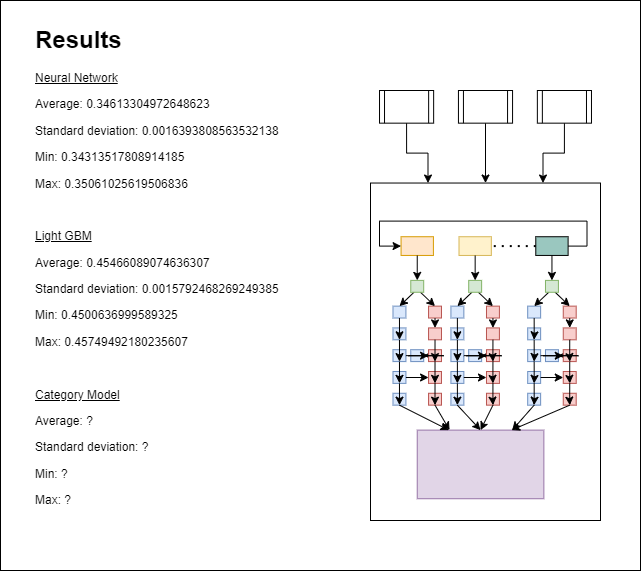
Above: images/project-Page-4.png in joren015/MercariProject (draw.io), before the change. Source tidied: cells renumbered, new cells last; positions are measured from the earlier drawing's top-left corner, leaving out a move shared by most shapes.
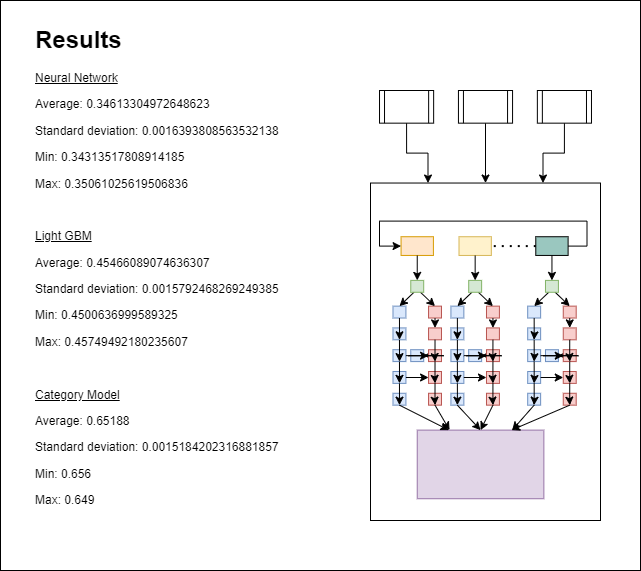
The same file after the commit.

What changed in the source:
```diff
@@ -322,7 +322,7 @@
     <mxCell id="104" style="shape=process;whiteSpace=wrap;html=1;backgroundOutline=1;" parent="3" vertex="1">
       <mxGeometry x="166.9" width="54.1" height="32.7" as="geometry" />
     </mxCell>
-    <mxCell id="105" value="&lt;h1&gt;Results&lt;/h1&gt;&lt;p&gt;&lt;u&gt;Neural Network&lt;/u&gt;&lt;/p&gt;&lt;p&gt;Average:&amp;nbsp;0.34613304972648623&lt;/p&gt;&lt;p&gt;Standard deviation:&amp;nbsp;0.0016393808563532138&lt;/p&gt;&lt;p&gt;Min:&amp;nbsp;0.34313517808914185&lt;/p&gt;&lt;p&gt;Max:&amp;nbsp;0.35061025619506836&lt;/p&gt;&lt;p&gt;&lt;br&gt;&lt;/p&gt;&lt;p&gt;&lt;u&gt;Light GBM&lt;/u&gt;&lt;/p&gt;&lt;p&gt;Average:&amp;nbsp;0.45466089074636307&lt;/p&gt;&lt;p&gt;Standard deviation:&amp;nbsp;0.0015792468269249385&lt;/p&gt;&lt;p&gt;Min:&amp;nbsp;0.4500636999589325&lt;/p&gt;&lt;p&gt;Max:&amp;nbsp;0.45749492180235607&lt;/p&gt;&lt;p&gt;&lt;br&gt;&lt;/p&gt;&lt;p&gt;&lt;u&gt;Category Model&lt;/u&gt;&lt;/p&gt;&lt;p&gt;Average:&amp;nbsp;?&lt;/p&gt;&lt;p&gt;Standard deviation:&amp;nbsp;?&lt;/p&gt;&lt;p&gt;Min:&amp;nbsp;?&lt;/p&gt;&lt;p&gt;Max:&amp;nbsp;?&lt;/p&gt;" style="text;html=1;strokeColor=none;fillColor=none;spacing=5;spacingTop=-20;whiteSpace=wrap;overflow=hidden;rounded=0;" parent="1" vertex="1">
+    <mxCell id="105" value="&lt;h1&gt;Results&lt;/h1&gt;&lt;p&gt;&lt;u&gt;Neural Network&lt;/u&gt;&lt;/p&gt;&lt;p&gt;Average:&amp;nbsp;0.34613304972648623&lt;/p&gt;&lt;p&gt;Standard deviation:&amp;nbsp;0.0016393808563532138&lt;/p&gt;&lt;p&gt;Min:&amp;nbsp;0.34313517808914185&lt;/p&gt;&lt;p&gt;Max:&amp;nbsp;0.35061025619506836&lt;/p&gt;&lt;p&gt;&lt;br&gt;&lt;/p&gt;&lt;p&gt;&lt;u&gt;Light GBM&lt;/u&gt;&lt;/p&gt;&lt;p&gt;Average:&amp;nbsp;0.45466089074636307&lt;/p&gt;&lt;p&gt;Standard deviation:&amp;nbsp;0.0015792468269249385&lt;/p&gt;&lt;p&gt;Min:&amp;nbsp;0.4500636999589325&lt;/p&gt;&lt;p&gt;Max:&amp;nbsp;0.45749492180235607&lt;/p&gt;&lt;p&gt;&lt;br&gt;&lt;/p&gt;&lt;p&gt;&lt;u&gt;Category Model&lt;/u&gt;&lt;/p&gt;&lt;p&gt;Average:&amp;nbsp;0.65188&lt;/p&gt;&lt;p&gt;Standard deviation:&amp;nbsp;0.0015184202316881857&lt;/p&gt;&lt;p&gt;Min:&amp;nbsp;0.656&lt;/p&gt;&lt;p&gt;Max:&amp;nbsp;0.649&lt;/p&gt;" style="text;html=1;strokeColor=none;fillColor=none;spacing=5;spacingTop=-20;whiteSpace=wrap;overflow=hidden;rounded=0;" parent="1" vertex="1">
       <mxGeometry x="30" y="20" width="330" height="510" as="geometry" />
     </mxCell>
   </root>
```
